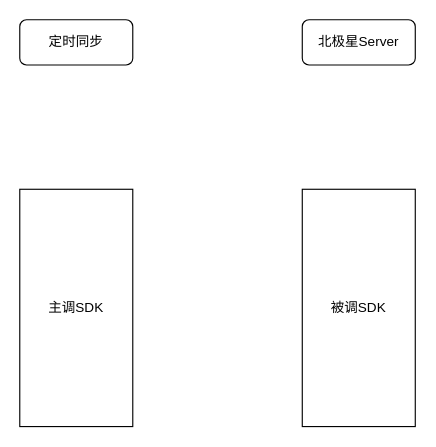
This is base/北极星熔断流程.drawio from melonshell/draw.io, a draw.io file, before an edit. Source tidied: cells renumbered, new cells numbered last; positions are measured from the earlier drawing's top-left corner, leaving out a move shared by most shapes. Both pictures are drawn from the tidied source at 113%, with x=0, y=0 at pixel (19, 19).
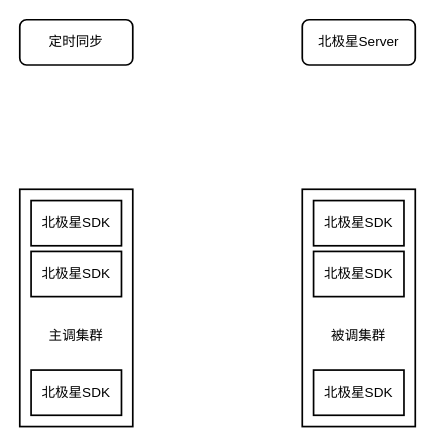
The same diagram, later.

Commit message (it also covers changes not shown here):
更新北极星熔断流程.drawio

Diff of the diagram source:
```diff
@@
 <mxGraphModel>
   <root>
     <mxCell id="0" />
     <mxCell id="1" parent="0" />
-    <mxCell id="2" value="北极星Server" style="rounded=1;whiteSpace=wrap;html=1;fillColor=none;" parent="1" vertex="1">
+    <mxCell id="2" value="北极星Server" style="rounded=1;whiteSpace=wrap;html=1;fillColor=none;strokeWidth=1.5;" parent="1" vertex="1">
       <mxGeometry x="250" width="100" height="40" as="geometry" />
     </mxCell>
-    <mxCell id="3" value="主调SDK" style="rounded=0;whiteSpace=wrap;html=1;fillColor=none;" parent="1" vertex="1">
+    <mxCell id="3" style="rounded=0;whiteSpace=wrap;html=1;fillColor=none;strokeWidth=1.5;" parent="1" vertex="1">
       <mxGeometry y="150" width="100" height="210" as="geometry" />
     </mxCell>
-    <mxCell id="4" value="定时同步" style="rounded=1;whiteSpace=wrap;html=1;fillColor=none;" parent="1" vertex="1">
+    <mxCell id="4" value="定时同步" style="rounded=1;whiteSpace=wrap;html=1;fillColor=none;strokeWidth=1.5;" parent="1" vertex="1">
       <mxGeometry width="100" height="40" as="geometry" />
     </mxCell>
-    <mxCell id="5" value="被调SDK" style="rounded=0;whiteSpace=wrap;html=1;fillColor=none;" parent="1" vertex="1">
+    <mxCell id="5" style="rounded=0;whiteSpace=wrap;html=1;fillColor=none;strokeWidth=1.5;" parent="1" vertex="1">
       <mxGeometry x="250" y="150" width="100" height="210" as="geometry" />
     </mxCell>
+    <mxCell id="6" value="北极星SDK" style="rounded=0;whiteSpace=wrap;html=1;fillColor=none;strokeWidth=1.5;" parent="1" vertex="1">
+      <mxGeometry x="260" y="160" width="80" height="40" as="geometry" />
+    </mxCell>
+    <mxCell id="7" value="北极星SDK" style="rounded=0;whiteSpace=wrap;html=1;fillColor=none;strokeWidth=1.5;" parent="1" vertex="1">
+      <mxGeometry x="260" y="205" width="80" height="40" as="geometry" />
+    </mxCell>
+    <mxCell id="8" value="北极星SDK" style="rounded=0;whiteSpace=wrap;html=1;fillColor=none;strokeWidth=1.5;" parent="1" vertex="1">
+      <mxGeometry x="260" y="310" width="80" height="40" as="geometry" />
+    </mxCell>
+    <mxCell id="9" value="北极星SDK" style="rounded=0;whiteSpace=wrap;html=1;fillColor=none;strokeWidth=1.5;" parent="1" vertex="1">
+      <mxGeometry x="10" y="160" width="80" height="40" as="geometry" />
+    </mxCell>
+    <mxCell id="10" value="北极星SDK" style="rounded=0;whiteSpace=wrap;html=1;fillColor=none;strokeWidth=1.5;" parent="1" vertex="1">
+      <mxGeometry x="10" y="205" width="80" height="40" as="geometry" />
+    </mxCell>
+    <mxCell id="11" value="北极星SDK" style="rounded=0;whiteSpace=wrap;html=1;fillColor=none;strokeWidth=1.5;" parent="1" vertex="1">
+      <mxGeometry x="10" y="310" width="80" height="40" as="geometry" />
+    </mxCell>
+    <mxCell id="12" value="主调集群" style="rounded=0;whiteSpace=wrap;html=1;fillColor=none;strokeWidth=1.5;strokeColor=none;" parent="1" vertex="1">
+      <mxGeometry x="10" y="260" width="80" height="40" as="geometry" />
+    </mxCell>
+    <mxCell id="13" value="被调集群" style="rounded=0;whiteSpace=wrap;html=1;fillColor=none;strokeWidth=1.5;strokeColor=none;" parent="1" vertex="1">
+      <mxGeometry x="260" y="260" width="80" height="40" as="geometry" />
+    </mxCell>
   </root>
 </mxGraphModel>
```
